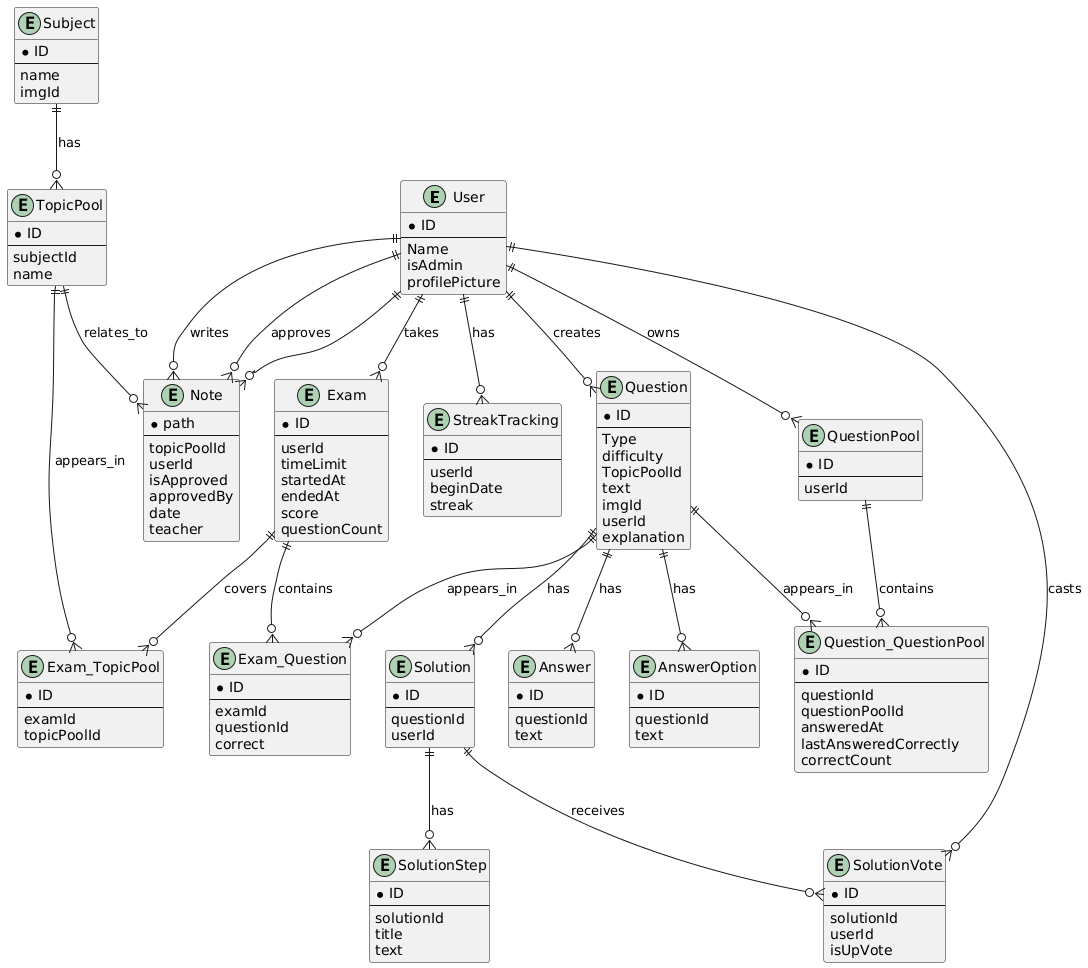
Above: documentation/datamodel/datamodel.png in LearnHubDipl/Diplomarbeit (PlantUML), before the change.
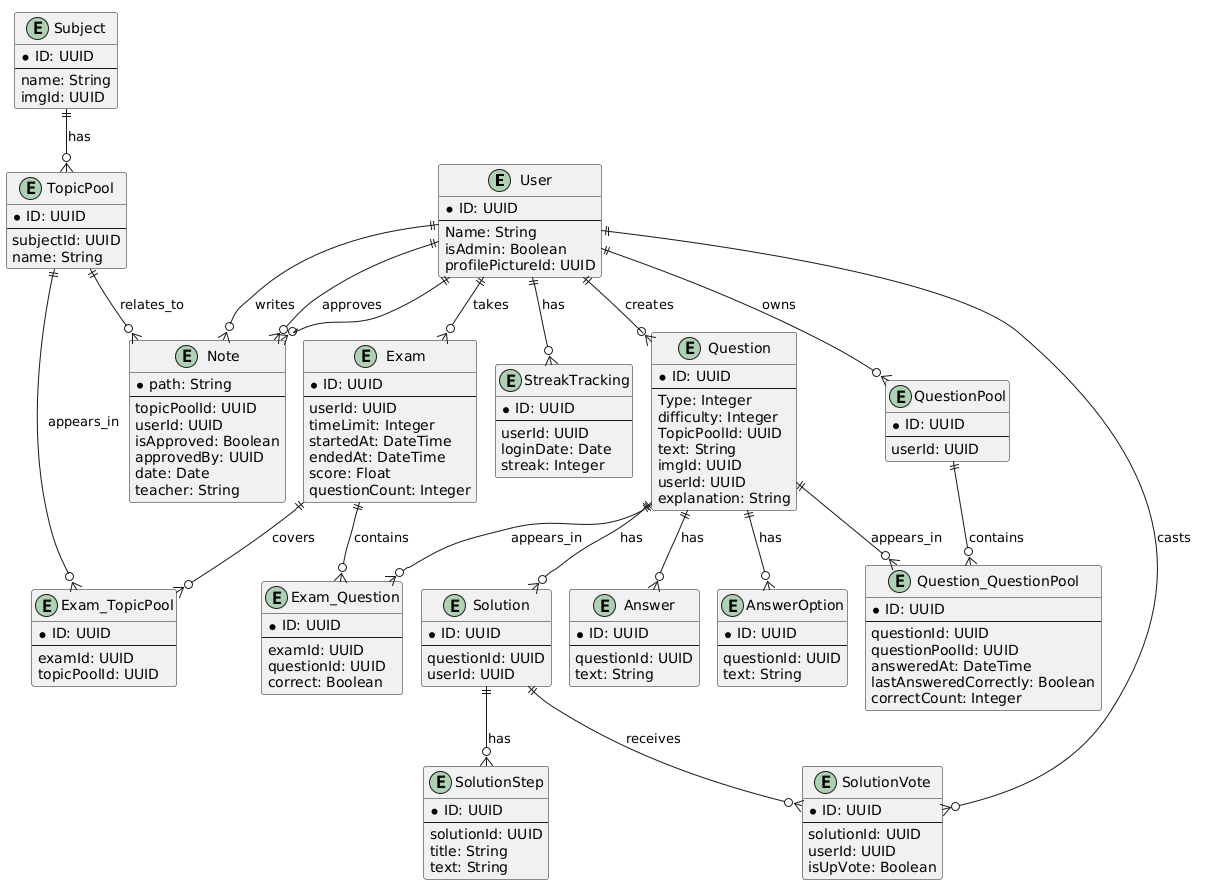
The same diagram one commit later.

Change to the diagram source:
```diff
@@ -1,134 +1,138 @@
 @startuml
+!pragma layout smetana
+skinparam linetype ortho
+top to bottom direction
+
 entity User {
-  * ID
+  * ID: UUID
   --
-  Name
-  isAdmin
-  profilePicture
+  Name: String
+  isAdmin: Boolean
+  profilePictureId: UUID
 }
 
 entity Question {
-  * ID
+  * ID: UUID
   --
-  Type
-  difficulty
-  TopicPoolId
-  text
-  imgId
-  userId
-  explanation
+  Type: Integer
+  difficulty: Integer
+  TopicPoolId: UUID
+  text: String
+  imgId: UUID
+  userId: UUID
+  explanation: String
 }
 
 entity AnswerOption {
-  * ID
+  * ID: UUID
   --
-  questionId
-  text
+  questionId: UUID
+  text: String
 }
 
 entity Answer {
-  * ID
+  * ID: UUID
   --
-  questionId
-  text
+  questionId: UUID
+  text: String
 }
 
 entity QuestionPool {
-  * ID
+  * ID: UUID
   --
-  userId
+  userId: UUID
 }
 
 entity Question_QuestionPool {
-  * ID
+  * ID: UUID
   --
-  questionId
-  questionPoolId
-  answeredAt
-  lastAnsweredCorrectly
-  correctCount
+  questionId: UUID
+  questionPoolId: UUID
+  answeredAt: DateTime
+  lastAnsweredCorrectly: Boolean
+  correctCount: Integer
 }
 
 entity StreakTracking {
-  * ID
+  * ID: UUID
   --
-  userId
-  beginDate
-  streak
+  userId: UUID
+  loginDate: Date
+  streak: Integer
 }
 
 entity Note {
-  * path
+  * path: String
   --
-  topicPoolId
-  userId
-  isApproved
-  approvedBy
-  date
-  teacher
+  topicPoolId: UUID
+  userId: UUID
+  isApproved: Boolean
+  approvedBy: UUID
+  date: Date
+  teacher: String
 }
 
 entity Subject {
-  * ID
+  * ID: UUID
   --
-  name
-  imgId
+  name: String
+  imgId: UUID
 }
 
 entity TopicPool {
-  * ID
+  * ID: UUID
   --
-  subjectId
-  name
+  subjectId: UUID
+  name: String
 }
 
 entity Solution {
-  * ID
+  * ID: UUID
   --
-  questionId
-  userId
+  questionId: UUID
+  userId: UUID
 }
 
 entity SolutionStep {
-  * ID
+  * ID: UUID
   --
-  solutionId
-  title
-  text
+  solutionId: UUID
+  title: String
+  text: String
 }
 
 entity SolutionVote {
-  * ID
+  * ID: UUID
   --
-  solutionId
-  userId
-  isUpVote
+  solutionId: UUID
+  userId: UUID
+  isUpVote: Boolean
 }
 
 entity Exam {
-  * ID
+  * ID: UUID
   --
-  userId
-  timeLimit
-  startedAt
-  endedAt
-  score
-  questionCount
+  userId: UUID
+  timeLimit: Integer
+  startedAt: DateTime
+  endedAt: DateTime
+  score: Float
+  questionCount: Integer
 }
 
 entity Exam_Question {
-  * ID
+  * ID: UUID
   --
-  examId
-  questionId
-  correct
+  examId: UUID
+  questionId: UUID
+  correct: Boolean
 }
 
 entity Exam_TopicPool {
-  * ID
+  * ID: UUID
   --
-  examId
-  topicPoolId
+  examId: UUID
+  topicPoolId: UUID
 }
 
 User ||--o{ Question : creates
```
